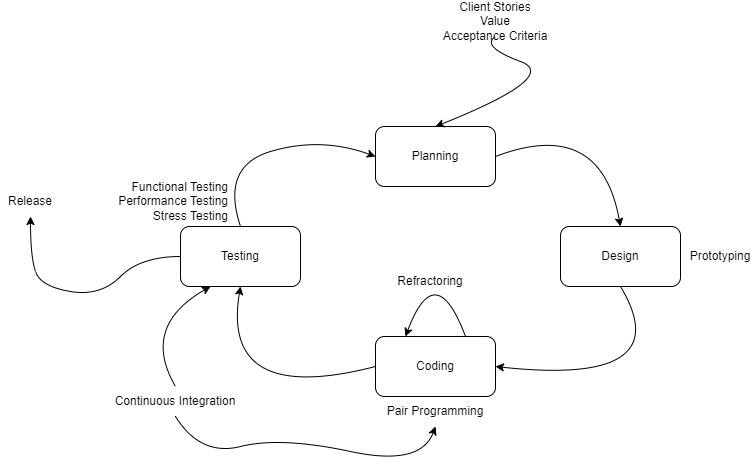
Earlier version of the draw.io export XP.drawio.png (kaisunoo/Acads). Source tidied: cells renumbered, new cells last; positions are measured from the earlier drawing's top-left corner, leaving out a move shared by most shapes.
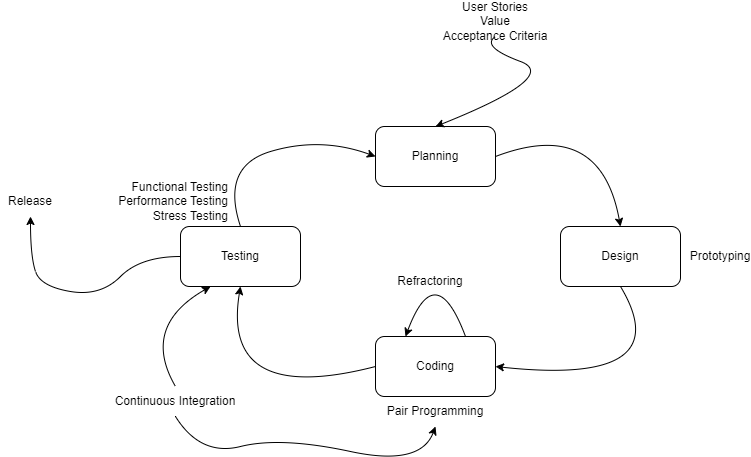
The same diagram one commit later.

The edit, as a diff of the source:
```diff
@@ -102,7 +102,7 @@
     <mxCell id="20" value="Prototyping" style="text;strokeColor=none;align=center;fillColor=none;html=1;verticalAlign=middle;whiteSpace=wrap;rounded=0;" parent="1" vertex="1">
       <mxGeometry x="690" y="235" width="60" height="30" as="geometry" />
     </mxCell>
-    <mxCell id="21" value="Client Stories&lt;div&gt;Value&lt;/div&gt;&lt;div&gt;Acceptance Criteria&lt;/div&gt;" style="text;strokeColor=none;align=center;fillColor=none;html=1;verticalAlign=middle;whiteSpace=wrap;rounded=0;" parent="1" vertex="1">
+    <mxCell id="21" value="User Stories&lt;div&gt;Value&lt;/div&gt;&lt;div&gt;Acceptance Criteria&lt;/div&gt;" style="text;strokeColor=none;align=center;fillColor=none;html=1;verticalAlign=middle;whiteSpace=wrap;rounded=0;" parent="1" vertex="1">
       <mxGeometry x="430" width="130" height="30" as="geometry" />
     </mxCell>
   </root>
```
